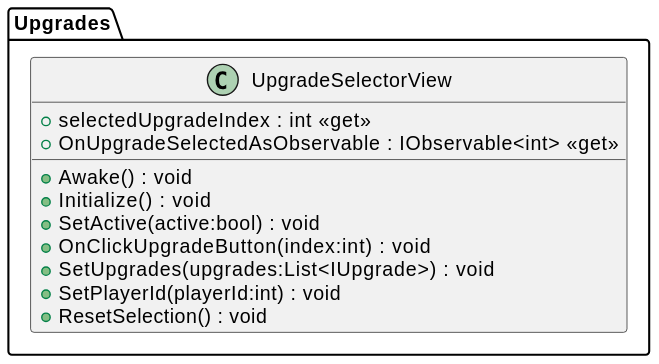
Above: plantuml/out/Upgrade/UpgradeSelectorView.svg in asterisk-cn/RougueShooter (PlantUML), before the change. Source of this version:
```plantuml
@startuml
namespace Upgrades{
class UpgradeSelectorView {
    + selectedUpgradeIndex : int <<get>>
    + OnUpgradeSelectedAsObservable : IObservable<int> <<get>>
    + Awake() : void
    + Initialize() : void
    + SetActive(active:bool) : void
    + OnClickUpgradeButton(index:int) : void
    + SetUpgrades(upgrades:List<IUpgrade>) : void
    + SetPlayerId(playerId:int) : void
    + ResetSelection() : void
}
}
@enduml
```
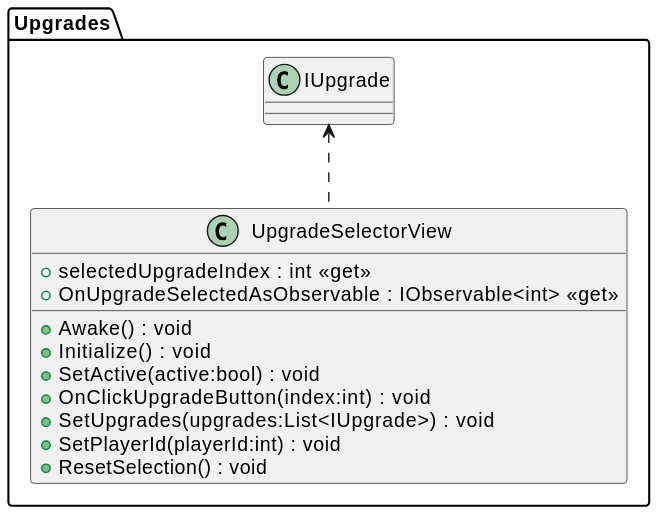
The same file after the commit.

The edit, as a diff of the source:
```diff
@@ -12,4 +12,5 @@
     + ResetSelection() : void
 }
 }
+Upgrades.IUpgrade <.. UpgradeSelectorView
 @enduml
```
